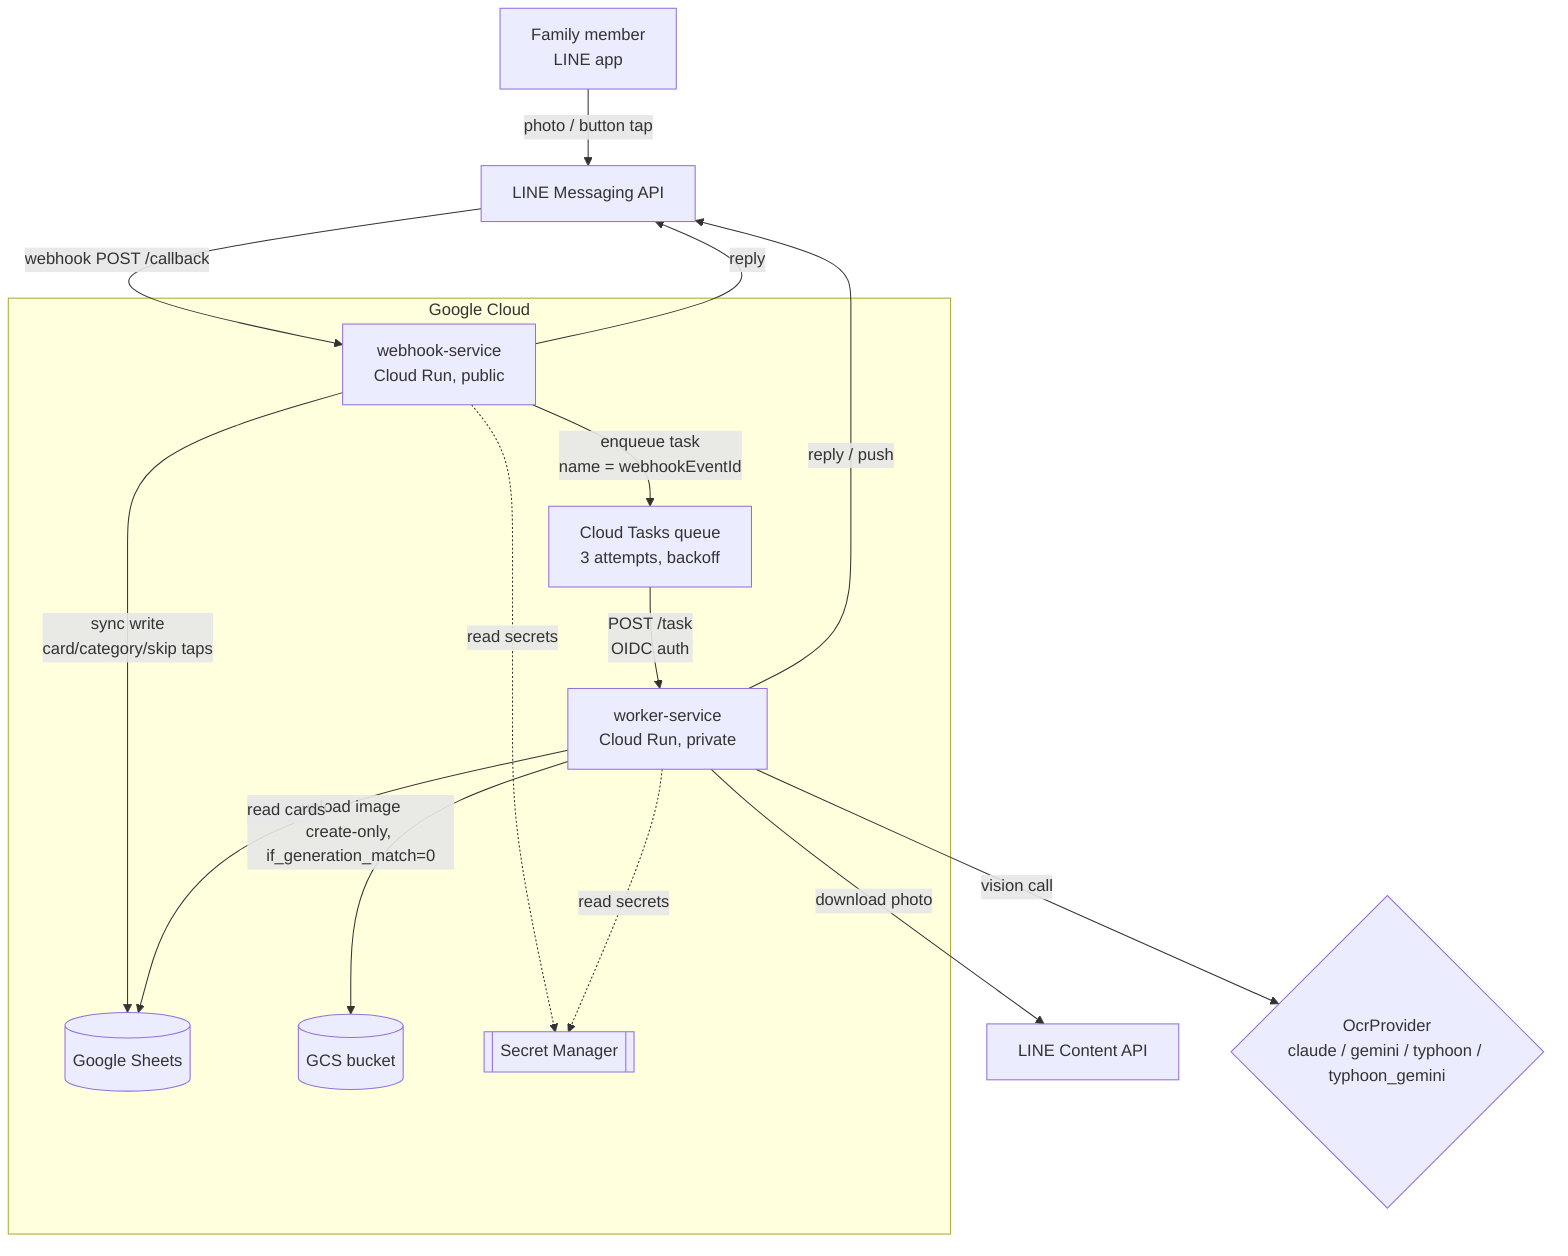
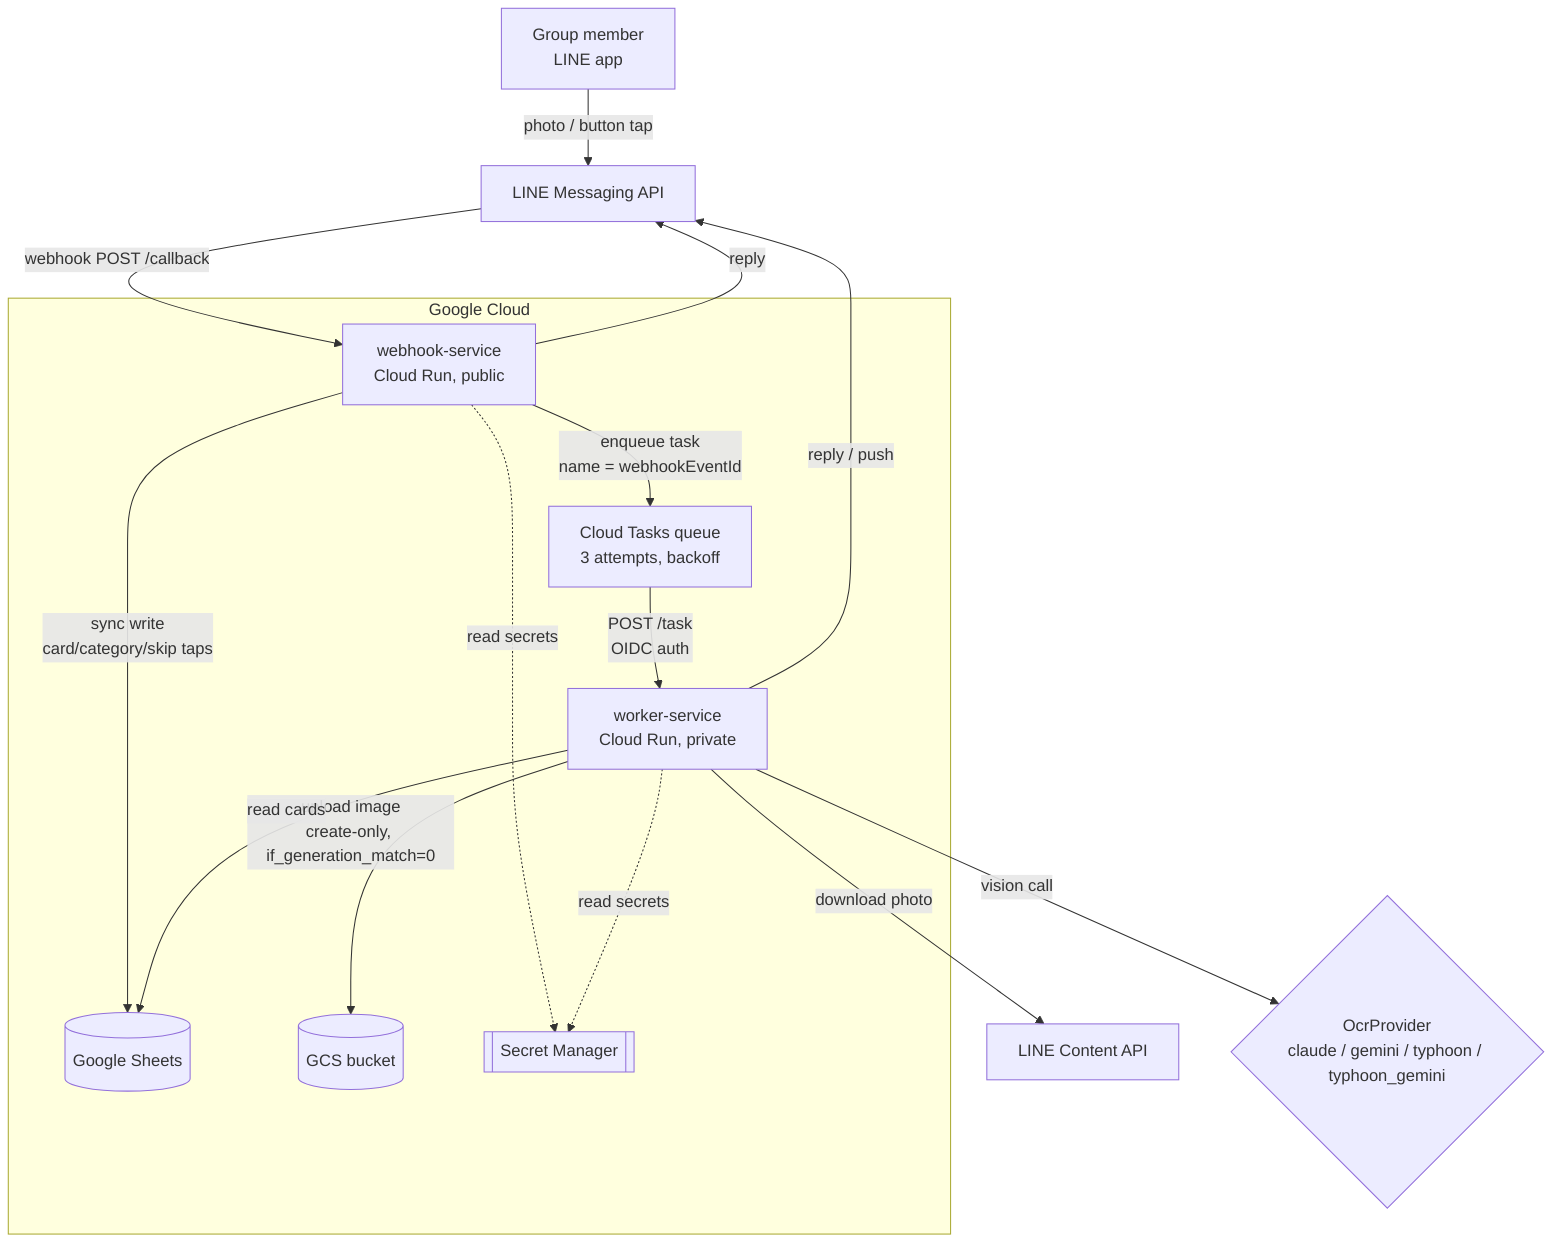
flowchart TD
-     User["Family member<br/>LINE app"] -->|"photo / button tap"| LineAPI["LINE Messaging API"]
+     User["Group member<br/>LINE app"] -->|"photo / button tap"| LineAPI["LINE Messaging API"]
    LineAPI -->|"webhook POST /callback"| Webhook["webhook-service<br/>Cloud Run, public"]

    subgraph GCP["Google Cloud"]
        Webhook -->|"enqueue task<br/>name = webhookEventId"| Tasks["Cloud Tasks queue<br/>3 attempts, backoff"]
        Tasks -->|"POST /task<br/>OIDC auth"| Worker["worker-service<br/>Cloud Run, private"]
        Webhook -->|"sync write<br/>card/category/skip taps"| Sheets[("Google Sheets")]
        Worker -->|"upload image<br/>create-only, if_generation_match=0"| GCS[("GCS bucket")]
        Worker -->|"read cards"| Sheets
        Webhook -.->|"read secrets"| Secrets[["Secret Manager"]]
        Worker -.->|"read secrets"| Secrets
    end

    Worker -->|"download photo"| LineContent["LINE Content API"]
    Worker -->|"vision call"| OCR{"OcrProvider<br/>claude / gemini / typhoon / typhoon_gemini"}
    Worker -->|"reply / push"| LineAPI
    Webhook -->|"reply"| LineAPI
